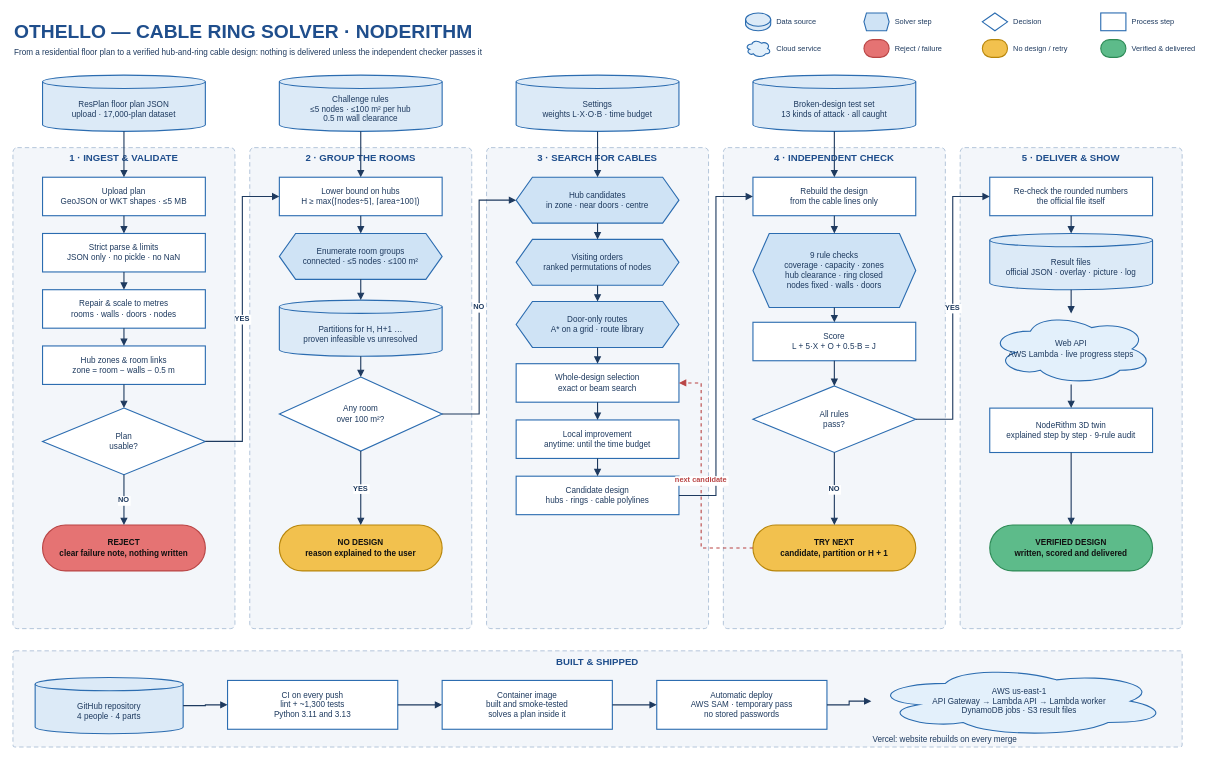
Othello-HackHive/Othello keeps this draw.io diagram as docs/presentation/algorithms_pipeline.drawio. Above is the earlier version. Source tidied: cells renumbered, new cells numbered last; positions are measured from the earlier drawing's top-left corner, leaving out a move shared by most shapes. Both pictures are drawn from the tidied source at 74%, with x=0, y=0 at pixel (13, 13).
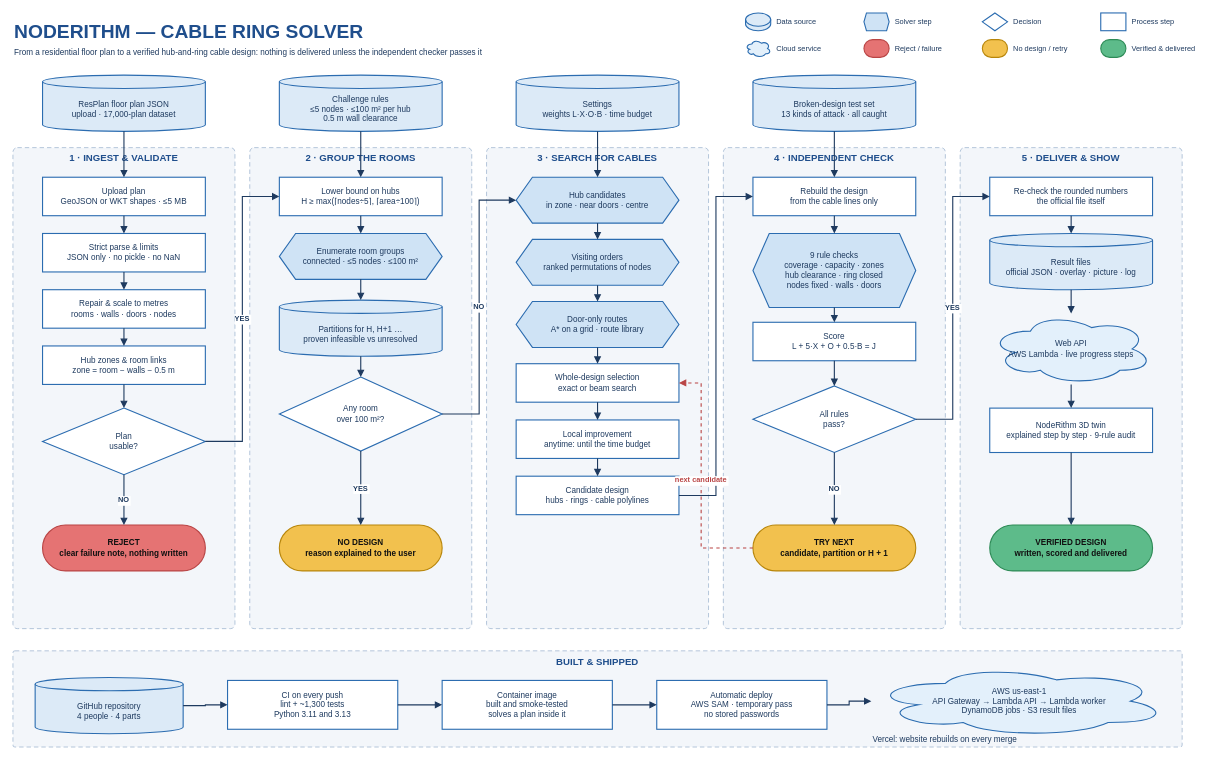
Above is the later version.

Commit message (it also covers changes not shown here):
Use the name NodeRithm in the presentation diagrams and the docs headings

Change to the diagram source:
```diff
@@
-    <mxCell id="2" value="OTHELLO — CABLE RING SOLVER  ·  NODERITHM" style="text;html=0;align=left;verticalAlign=middle;fontColor=#1F4E8C;fontStyle=1;fontSize=26;" parent="1" vertex="1">
+    <mxCell id="2" value="NODERITHM — CABLE RING SOLVER" style="text;html=0;align=left;verticalAlign=middle;fontColor=#1F4E8C;fontStyle=1;fontSize=26;" parent="1" vertex="1">
       <mxGeometry width="900" height="44" as="geometry" />
     </mxCell>
```
